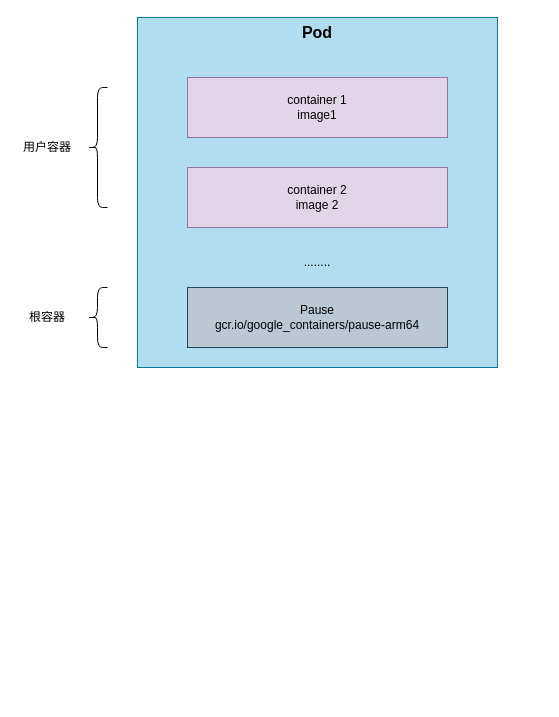
Above: k8s.drawio in Panlq/drawio (draw.io), before the change. Source tidied: cells renumbered, new cells numbered last; positions are measured from the earlier drawing's top-left corner, leaving out a move shared by most shapes. Both pictures are drawn from the tidied source at 100%, with x=0, y=0 at pixel (17, 17). Pictures stored in the file or linked from it are replaced by grey dashed boxes.
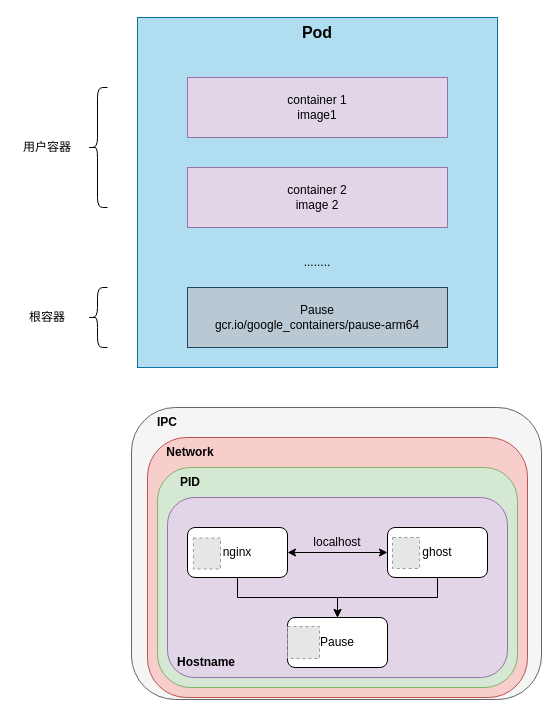
Above is the later version.

Change to the diagram source:
```diff
@@
+    <mxCell id="12" style="rounded=1;whiteSpace=wrap;html=1;fillColor=#f5f5f5;strokeColor=#666666;fontColor=#333333;" parent="1" vertex="1">
+      <mxGeometry x="114" y="390" width="410" height="292" as="geometry" />
+    </mxCell>
+    <mxCell id="13" style="rounded=1;whiteSpace=wrap;html=1;fillColor=#f8cecc;strokeColor=#b85450;" parent="1" vertex="1">
+      <mxGeometry x="130" y="420" width="380" height="260" as="geometry" />
+    </mxCell>
+    <mxCell id="14" style="rounded=1;whiteSpace=wrap;html=1;fillColor=#d5e8d4;strokeColor=#82b366;" parent="1" vertex="1">
+      <mxGeometry x="140" y="450" width="360" height="220" as="geometry" />
+    </mxCell>
+    <mxCell id="15" style="rounded=1;whiteSpace=wrap;html=1;fillColor=#e1d5e7;strokeColor=#9673a6;" parent="1" vertex="1">
+      <mxGeometry x="150" y="480" width="340" height="180" as="geometry" />
+    </mxCell>
@@
+    <mxCell id="16" value="Pause" style="rounded=1;whiteSpace=wrap;html=1;" parent="1" vertex="1">
+      <mxGeometry x="270" y="600" width="100" height="50" as="geometry" />
+    </mxCell>
+    <mxCell id="17" style="edgeStyle=orthogonalEdgeStyle;rounded=0;jettySize=auto;html=1;startArrow=classic;startFill=1;" parent="1" edge="1" source="19" target="21">
+      <mxGeometry relative="1" as="geometry" />
+    </mxCell>
+    <mxCell id="18" style="edgeStyle=orthogonalEdgeStyle;rounded=0;jettySize=auto;html=1;" parent="1" edge="1" source="19" target="16">
+      <mxGeometry relative="1" as="geometry" />
+    </mxCell>
+    <mxCell id="19" value="nginx" style="rounded=1;whiteSpace=wrap;html=1;" parent="1" vertex="1">
+      <mxGeometry x="170" y="510" width="100" height="50" as="geometry" />
+    </mxCell>
+    <mxCell id="20" style="edgeStyle=orthogonalEdgeStyle;rounded=0;jettySize=auto;html=1;entryX=0.5;entryY=0;entryDx=0;entryDy=0;" parent="1" edge="1" source="21" target="16">
+      <mxGeometry relative="1" as="geometry" />
+    </mxCell>
+    <mxCell id="21" value="ghost" style="rounded=1;whiteSpace=wrap;html=1;" parent="1" vertex="1">
+      <mxGeometry x="370" y="510" width="100" height="50" as="geometry" />
+    </mxCell>
+    <mxCell id="22" value="localhost" style="text;html=1;strokeColor=none;fillColor=none;align=center;verticalAlign=middle;whiteSpace=wrap;rounded=0;" parent="1" vertex="1">
+      <mxGeometry x="290" y="510" width="60" height="30" as="geometry" />
+    </mxCell>
+    <mxCell id="23" style="fillColor=#E6E6E6;strokeColor=#999999;dashed=1;html=1;verticalLabelPosition=bottom;labelBackgroundColor=#ffffff;verticalAlign=top;" parent="1" vertex="1">
+      <mxGeometry x="175.9" y="520.5" width="27.1" height="31" as="geometry" />
+    </mxCell>
+    <mxCell id="24" style="fillColor=#E6E6E6;strokeColor=#999999;dashed=1;html=1;verticalAlign=top;labelPosition=center;verticalLabelPosition=bottom;align=center;spacingTop=-6;fontSize=11;fontStyle=1;fontColor=#999999;" parent="1" vertex="1">
+      <mxGeometry x="270" y="609" width="32" height="32" as="geometry" />
+    </mxCell>
+    <mxCell id="25" style="fillColor=#E6E6E6;strokeColor=#999999;dashed=1;html=1;verticalLabelPosition=bottom;labelBackgroundColor=#ffffff;verticalAlign=top;" parent="1" vertex="1">
+      <mxGeometry x="375" y="520" width="27.1" height="31" as="geometry" />
+    </mxCell>
+    <mxCell id="26" value="&lt;b&gt;Hostname&lt;/b&gt;" style="text;html=1;strokeColor=none;fillColor=none;align=center;verticalAlign=middle;whiteSpace=wrap;rounded=0;" parent="1" vertex="1">
+      <mxGeometry x="159.4" y="630" width="60" height="30" as="geometry" />
+    </mxCell>
+    <mxCell id="27" value="&lt;b&gt;PID&lt;/b&gt;" style="text;html=1;strokeColor=none;fillColor=none;align=center;verticalAlign=middle;whiteSpace=wrap;rounded=0;" parent="1" vertex="1">
+      <mxGeometry x="143" y="450" width="60" height="30" as="geometry" />
+    </mxCell>
+    <mxCell id="28" value="&lt;b&gt;Network&lt;/b&gt;" style="text;html=1;strokeColor=none;fillColor=none;align=center;verticalAlign=middle;whiteSpace=wrap;rounded=0;" parent="1" vertex="1">
+      <mxGeometry x="143" y="420" width="60" height="30" as="geometry" />
+    </mxCell>
+    <mxCell id="29" value="&lt;b&gt;IPC&lt;/b&gt;" style="text;html=1;strokeColor=none;fillColor=none;align=center;verticalAlign=middle;whiteSpace=wrap;rounded=0;" parent="1" vertex="1">
+      <mxGeometry x="120" y="390" width="60" height="30" as="geometry" />
+    </mxCell>
```
